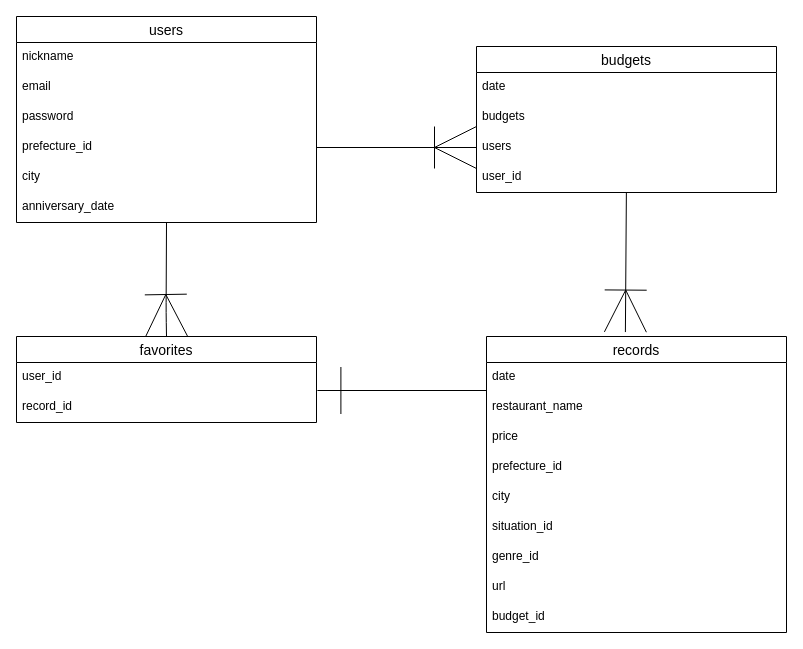
mayaaki/oriapp-eatout keeps this draw.io diagram as oriapp.dio. Above is the earlier version. Source tidied: cells renumbered, new cells numbered last; positions are measured from the earlier drawing's top-left corner, leaving out a move shared by most shapes. Both pictures are drawn from the tidied source at 100%, with x=0, y=0 at pixel (16, 16).
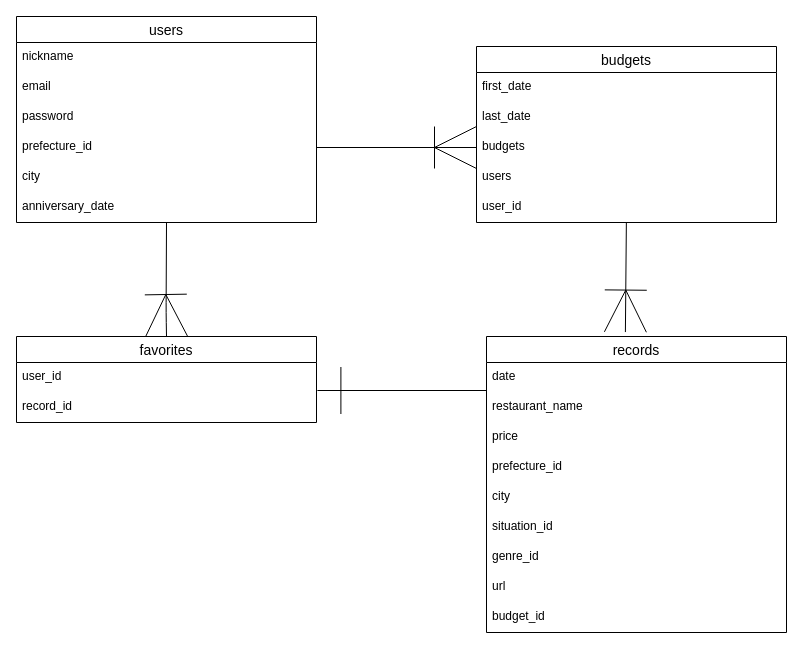
After the change.

Commit message (it also covers changes not shown here):
テーブル設計　修正２

What changed in the source:
```diff
@@
     <mxCell id="9" value="budgets" style="swimlane;fontStyle=0;horizontal=1;startSize=26;align=center;fontSize=14;" parent="1" vertex="1">
-      <mxGeometry x="460" y="30" width="300" height="146" as="geometry" />
+      <mxGeometry x="460" y="30" width="300" height="176" as="geometry" />
     </mxCell>
-    <mxCell id="10" value="date" style="text;strokeColor=none;fillColor=none;spacingLeft=4;spacingRight=4;overflow=hidden;fontSize=12;" parent="9" vertex="1">
+    <mxCell id="10" value="first_date" style="text;strokeColor=none;fillColor=none;spacingLeft=4;spacingRight=4;overflow=hidden;fontSize=12;" parent="9" vertex="1">
       <mxGeometry y="26" width="300" height="30" as="geometry" />
     </mxCell>
+    <mxCell id="31" value="last_date" style="text;strokeColor=none;fillColor=none;spacingLeft=4;spacingRight=4;overflow=hidden;fontSize=12;" parent="9" vertex="1">
+      <mxGeometry y="56" width="300" height="30" as="geometry" />
+    </mxCell>
     <mxCell id="11" value="budgets" style="text;strokeColor=none;fillColor=none;spacingLeft=4;spacingRight=4;overflow=hidden;fontSize=12;" parent="9" vertex="1">
-      <mxGeometry y="56" width="300" height="30" as="geometry" />
+      <mxGeometry y="86" width="300" height="30" as="geometry" />
     </mxCell>
     <mxCell id="12" value="users" style="text;strokeColor=none;fillColor=none;spacingLeft=4;spacingRight=4;overflow=hidden;fontSize=12;" parent="9" vertex="1">
-      <mxGeometry y="86" width="300" height="30" as="geometry" />
+      <mxGeometry y="116" width="300" height="30" as="geometry" />
     </mxCell>
     <mxCell id="13" value="user_id" style="text;strokeColor=none;fillColor=none;spacingLeft=4;spacingRight=4;overflow=hidden;points=[[0,0.5],[1,0.5]];portConstraint=eastwest;fontSize=12;" parent="9" vertex="1">
-      <mxGeometry y="116" width="300" height="30" as="geometry" />
+      <mxGeometry y="146" width="300" height="30" as="geometry" />
     </mxCell>
```
